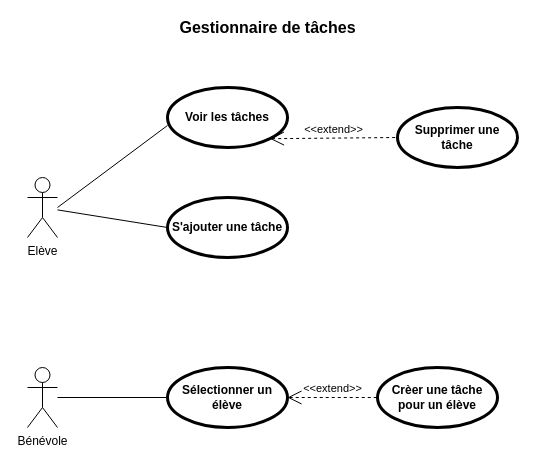
This is Gestionnaire de taches Diagram.drawio from tchicoulo/learnathome, a draw.io file, before an edit. Source tidied: cells renumbered, new cells numbered last; positions are measured from the earlier drawing's top-left corner, leaving out a move shared by most shapes. Both pictures are drawn from the tidied source at 100%, with x=0, y=0 at pixel (27, 17).
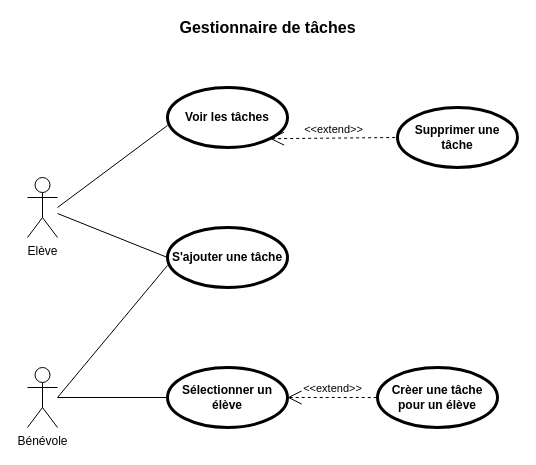
The same page after the edit.

What changed in the source:
```diff
@@
 <mxGraphModel>
   <root>
     <mxCell id="0" />
     <mxCell id="1" parent="0" />
     <mxCell id="2" value="Bénévole" style="shape=umlActor;html=1;verticalLabelPosition=bottom;verticalAlign=top;align=center;" parent="1" vertex="1">
       <mxGeometry y="350" width="30" height="60" as="geometry" />
     </mxCell>
     <mxCell id="3" value="Elève" style="shape=umlActor;html=1;verticalLabelPosition=bottom;verticalAlign=top;align=center;" parent="1" vertex="1">
       <mxGeometry y="160" width="30" height="60" as="geometry" />
     </mxCell>
     <mxCell id="4" value="Voir les tâches" style="shape=ellipse;html=1;strokeWidth=3;fontStyle=1;whiteSpace=wrap;align=center;perimeter=ellipsePerimeter;" parent="1" vertex="1">
       <mxGeometry x="140" y="70" width="120" height="60" as="geometry" />
     </mxCell>
     <mxCell id="5" value="S'ajouter une tâche" style="shape=ellipse;html=1;strokeWidth=3;fontStyle=1;whiteSpace=wrap;align=center;perimeter=ellipsePerimeter;" parent="1" vertex="1">
-      <mxGeometry x="140" y="180" width="120" height="60" as="geometry" />
+      <mxGeometry x="140" y="210" width="120" height="60" as="geometry" />
     </mxCell>
     <mxCell id="6" value="Sélectionner un élève" style="shape=ellipse;html=1;strokeWidth=3;fontStyle=1;whiteSpace=wrap;align=center;perimeter=ellipsePerimeter;" parent="1" vertex="1">
       <mxGeometry x="140" y="350" width="120" height="60" as="geometry" />
     </mxCell>
     <mxCell id="7" value="Supprimer une tâche" style="shape=ellipse;html=1;strokeWidth=3;fontStyle=1;whiteSpace=wrap;align=center;perimeter=ellipsePerimeter;" parent="1" vertex="1">
       <mxGeometry x="370" y="90" width="120" height="60" as="geometry" />
     </mxCell>
     <mxCell id="8" value="&amp;lt;&amp;lt;extend&amp;gt;&amp;gt;" style="edgeStyle=none;html=1;startArrow=open;endArrow=none;startSize=12;verticalAlign=bottom;dashed=1;labelBackgroundColor=none;rounded=0;exitX=1;exitY=1;exitDx=0;exitDy=0;entryX=0;entryY=0.5;entryDx=0;entryDy=0;" parent="1" edge="1" source="4" target="7">
       <mxGeometry relative="1" as="geometry" />
     </mxCell>
     <mxCell id="9" style="edgeStyle=none;html=1;endArrow=none;verticalAlign=bottom;rounded=0;entryX=0;entryY=0.633;entryDx=0;entryDy=0;entryPerimeter=0;" parent="1" edge="1" target="4">
       <mxGeometry relative="1" as="geometry">
         <mxPoint x="30" y="190" as="sourcePoint" />
       </mxGeometry>
     </mxCell>
     <mxCell id="10" style="edgeStyle=none;html=1;endArrow=none;verticalAlign=bottom;rounded=0;entryX=0;entryY=0.5;entryDx=0;entryDy=0;" parent="1" edge="1" source="3" target="5">
       <mxGeometry relative="1" as="geometry" />
     </mxCell>
     <mxCell id="11" style="edgeStyle=none;html=1;endArrow=none;verticalAlign=bottom;rounded=0;entryX=0;entryY=0.5;entryDx=0;entryDy=0;" parent="1" edge="1" source="2" target="6">
       <mxGeometry relative="1" as="geometry" />
     </mxCell>
     <mxCell id="12" value="Crèer une tâche pour un élève" style="shape=ellipse;html=1;strokeWidth=3;fontStyle=1;whiteSpace=wrap;align=center;perimeter=ellipsePerimeter;" parent="1" vertex="1">
       <mxGeometry x="350" y="350" width="120" height="60" as="geometry" />
     </mxCell>
     <mxCell id="13" value="&amp;lt;&amp;lt;extend&amp;gt;&amp;gt;" style="edgeStyle=none;html=1;startArrow=open;endArrow=none;startSize=12;verticalAlign=bottom;dashed=1;labelBackgroundColor=none;rounded=0;entryX=0;entryY=0.5;entryDx=0;entryDy=0;exitX=1;exitY=0.5;exitDx=0;exitDy=0;" parent="1" edge="1" source="6" target="12">
       <mxGeometry relative="1" as="geometry" />
     </mxCell>
     <mxCell id="14" value="&lt;b&gt;&lt;font style=&quot;font-size: 16px;&quot;&gt;Gestionnaire de tâches&lt;/font&gt;&lt;/b&gt;" style="text;html=1;align=center;verticalAlign=middle;strokeColor=none;fillColor=none;" parent="1" vertex="1">
       <mxGeometry x="145" width="190" height="20" as="geometry" />
     </mxCell>
+    <mxCell id="15" style="edgeStyle=none;html=1;endArrow=none;verticalAlign=bottom;rounded=0;entryX=0;entryY=0.633;entryDx=0;entryDy=0;entryPerimeter=0;" parent="1" edge="1" target="5">
+      <mxGeometry relative="1" as="geometry">
+        <mxPoint x="30" y="380" as="sourcePoint" />
+      </mxGeometry>
+    </mxCell>
   </root>
 </mxGraphModel>
```
